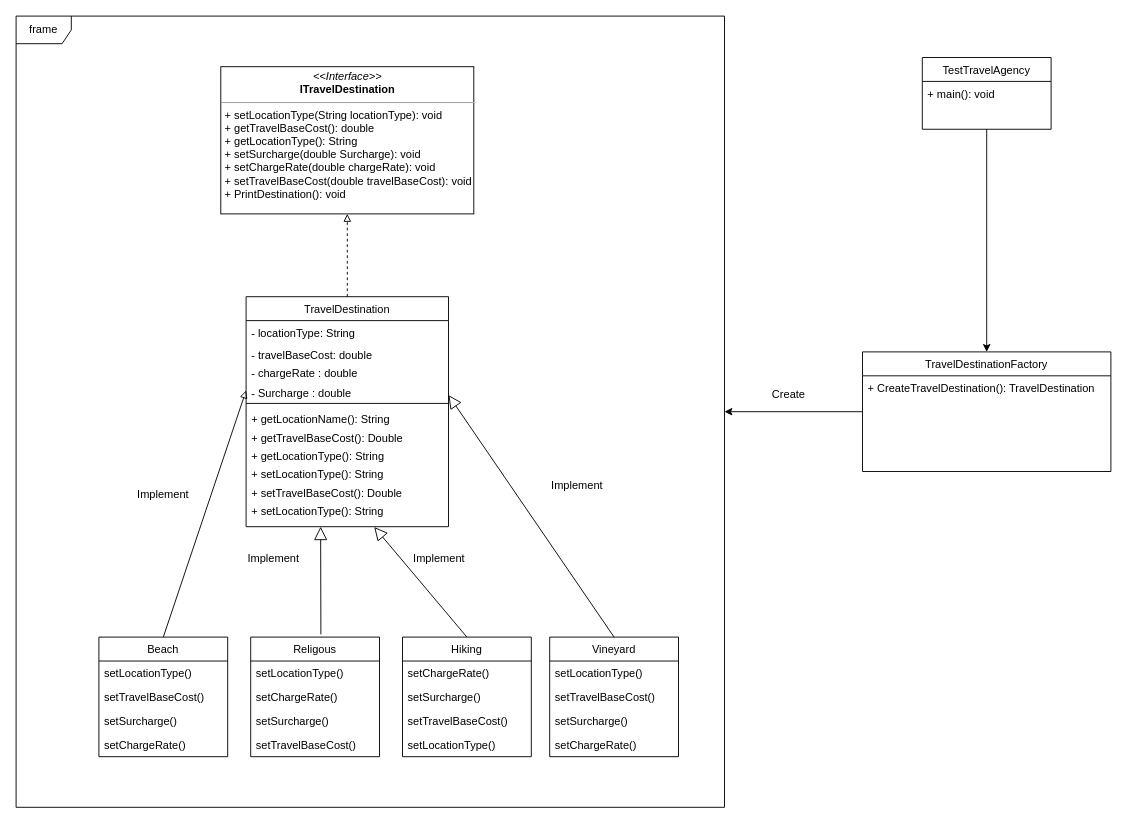
The draw.io diagram Untitled Diagram.drawio in Ceejay1009/CSC4111-GitAssignment, before the edit. Source tidied: cells renumbered, new cells numbered last; positions are measured from the earlier drawing's top-left corner, leaving out a move shared by most shapes. Both pictures are drawn from the tidied source at 92%, with x=0, y=0 at pixel (16, 16).
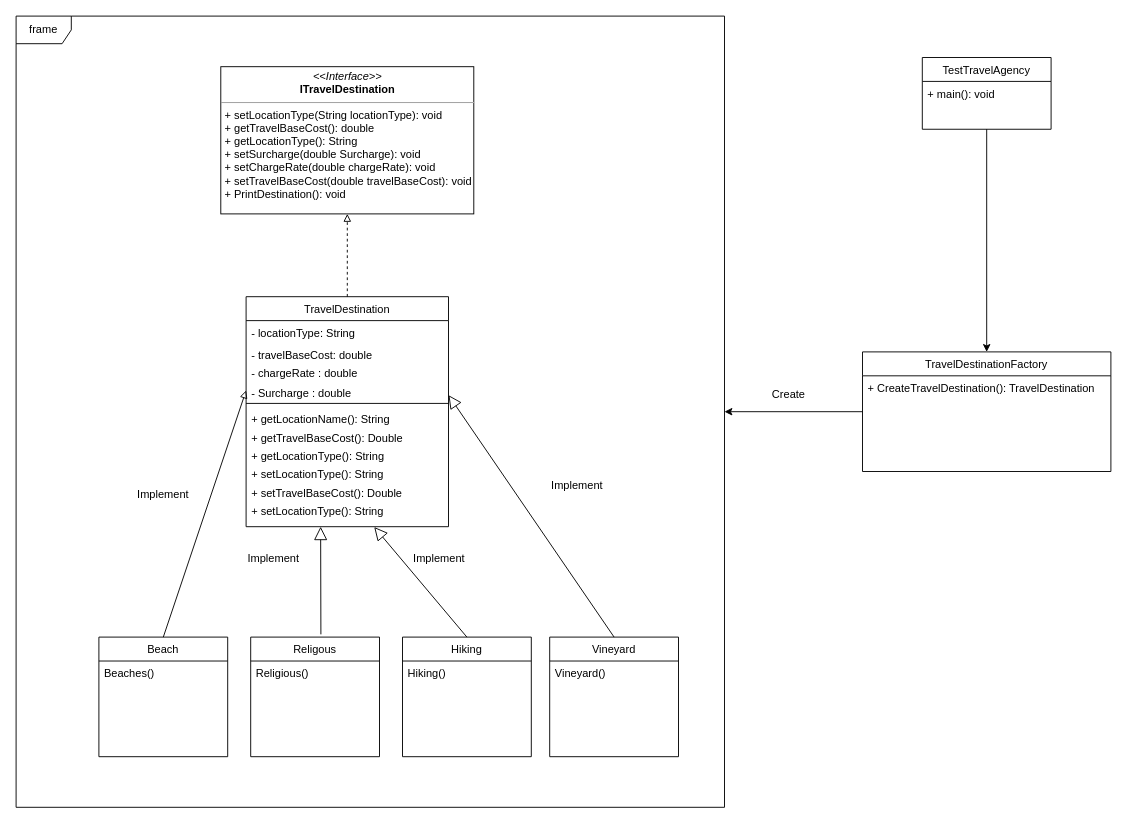
Above is the later version.

Unchanged cells that the change refers to:
```xml
<mxCell id="16" value="Beach" style="swimlane;fontStyle=0;horizontal=1;startSize=26;fillColor=none;" parent="1" vertex="1">
  <mxGeometry x="90" y="675" width="140" height="130" as="geometry" />
</mxCell>
<mxCell id="21" value="Hiking" style="swimlane;fontStyle=0;horizontal=1;startSize=26;fillColor=none;" parent="1" vertex="1">
  <mxGeometry x="420" y="675" width="140" height="130" as="geometry" />
</mxCell>
<mxCell id="26" value="Religous" style="swimlane;fontStyle=0;horizontal=1;startSize=26;fillColor=none;" parent="1" vertex="1">
  <mxGeometry x="255" y="675" width="140" height="130" as="geometry" />
</mxCell>
<mxCell id="31" value="Vineyard" style="swimlane;fontStyle=0;horizontal=1;startSize=26;fillColor=none;" parent="1" vertex="1">
  <mxGeometry x="580" y="675" width="140" height="130" as="geometry" />
</mxCell>
```

What changed in the source:
```diff
@@
-    <mxCell id="17" value="setLocationType()" style="text;strokeColor=none;fillColor=none;align=left;verticalAlign=top;spacingLeft=4;spacingRight=4;overflow=hidden;" parent="16" vertex="1">
+    <mxCell id="17" value="Beaches()" style="text;strokeColor=none;fillColor=none;align=left;verticalAlign=top;spacingLeft=4;spacingRight=4;overflow=hidden;" parent="16" vertex="1">
       <mxGeometry y="26" width="140" height="26" as="geometry" />
     </mxCell>
-    <mxCell id="18" value="setTravelBaseCost()" style="text;strokeColor=none;fillColor=none;align=left;verticalAlign=top;spacingLeft=4;spacingRight=4;overflow=hidden;" parent="16" vertex="1">
+    <mxCell id="18" value=" " style="text;strokeColor=none;fillColor=none;align=left;verticalAlign=top;spacingLeft=4;spacingRight=4;overflow=hidden;" parent="16" vertex="1">
       <mxGeometry y="52" width="140" height="26" as="geometry" />
     </mxCell>
-    <mxCell id="19" value="setSurcharge()" style="text;strokeColor=none;fillColor=none;align=left;verticalAlign=top;spacingLeft=4;spacingRight=4;overflow=hidden;" parent="16" vertex="1">
+    <mxCell id="19" value=" " style="text;strokeColor=none;fillColor=none;align=left;verticalAlign=top;spacingLeft=4;spacingRight=4;overflow=hidden;" parent="16" vertex="1">
       <mxGeometry y="78" width="140" height="26" as="geometry" />
     </mxCell>
-    <mxCell id="20" value="setChargeRate()" style="text;strokeColor=none;fillColor=none;align=left;verticalAlign=top;spacingLeft=4;spacingRight=4;overflow=hidden;" parent="16" vertex="1">
+    <mxCell id="20" value=" " style="text;strokeColor=none;fillColor=none;align=left;verticalAlign=top;spacingLeft=4;spacingRight=4;overflow=hidden;" parent="16" vertex="1">
       <mxGeometry y="104" width="140" height="26" as="geometry" />
     </mxCell>
@@
-    <mxCell id="22" value="setChargeRate()" style="text;strokeColor=none;fillColor=none;align=left;verticalAlign=top;spacingLeft=4;spacingRight=4;overflow=hidden;" parent="21" vertex="1">
+    <mxCell id="22" value="Hiking()" style="text;strokeColor=none;fillColor=none;align=left;verticalAlign=top;spacingLeft=4;spacingRight=4;overflow=hidden;" parent="21" vertex="1">
       <mxGeometry y="26" width="140" height="26" as="geometry" />
     </mxCell>
-    <mxCell id="23" value="setSurcharge()" style="text;strokeColor=none;fillColor=none;align=left;verticalAlign=top;spacingLeft=4;spacingRight=4;overflow=hidden;" parent="21" vertex="1">
+    <mxCell id="23" value=" " style="text;strokeColor=none;fillColor=none;align=left;verticalAlign=top;spacingLeft=4;spacingRight=4;overflow=hidden;" parent="21" vertex="1">
       <mxGeometry y="52" width="140" height="26" as="geometry" />
     </mxCell>
-    <mxCell id="24" value="setTravelBaseCost()" style="text;strokeColor=none;fillColor=none;align=left;verticalAlign=top;spacingLeft=4;spacingRight=4;overflow=hidden;" parent="21" vertex="1">
+    <mxCell id="24" value=" " style="text;strokeColor=none;fillColor=none;align=left;verticalAlign=top;spacingLeft=4;spacingRight=4;overflow=hidden;" parent="21" vertex="1">
       <mxGeometry y="78" width="140" height="26" as="geometry" />
     </mxCell>
-    <mxCell id="25" value="setLocationType()" style="text;strokeColor=none;fillColor=none;align=left;verticalAlign=top;spacingLeft=4;spacingRight=4;overflow=hidden;" parent="21" vertex="1">
+    <mxCell id="25" value=" " style="text;strokeColor=none;fillColor=none;align=left;verticalAlign=top;spacingLeft=4;spacingRight=4;overflow=hidden;" parent="21" vertex="1">
       <mxGeometry y="104" width="140" height="26" as="geometry" />
     </mxCell>
@@
-    <mxCell id="27" value="setLocationType()" style="text;strokeColor=none;fillColor=none;align=left;verticalAlign=top;spacingLeft=4;spacingRight=4;overflow=hidden;" parent="26" vertex="1">
+    <mxCell id="27" value="Religious()" style="text;strokeColor=none;fillColor=none;align=left;verticalAlign=top;spacingLeft=4;spacingRight=4;overflow=hidden;" parent="26" vertex="1">
       <mxGeometry y="26" width="140" height="26" as="geometry" />
     </mxCell>
-    <mxCell id="28" value="setChargeRate()" style="text;strokeColor=none;fillColor=none;align=left;verticalAlign=top;spacingLeft=4;spacingRight=4;overflow=hidden;" parent="26" vertex="1">
+    <mxCell id="28" value=" " style="text;strokeColor=none;fillColor=none;align=left;verticalAlign=top;spacingLeft=4;spacingRight=4;overflow=hidden;" parent="26" vertex="1">
       <mxGeometry y="52" width="140" height="26" as="geometry" />
     </mxCell>
-    <mxCell id="29" value="setSurcharge()" style="text;strokeColor=none;fillColor=none;align=left;verticalAlign=top;spacingLeft=4;spacingRight=4;overflow=hidden;" parent="26" vertex="1">
+    <mxCell id="29" value=" " style="text;strokeColor=none;fillColor=none;align=left;verticalAlign=top;spacingLeft=4;spacingRight=4;overflow=hidden;" parent="26" vertex="1">
       <mxGeometry y="78" width="140" height="26" as="geometry" />
     </mxCell>
-    <mxCell id="30" value="setTravelBaseCost()" style="text;strokeColor=none;fillColor=none;align=left;verticalAlign=top;spacingLeft=4;spacingRight=4;overflow=hidden;" parent="26" vertex="1">
+    <mxCell id="30" value=" " style="text;strokeColor=none;fillColor=none;align=left;verticalAlign=top;spacingLeft=4;spacingRight=4;overflow=hidden;" parent="26" vertex="1">
       <mxGeometry y="104" width="140" height="26" as="geometry" />
     </mxCell>
@@
-    <mxCell id="32" value="setLocationType()" style="text;strokeColor=none;fillColor=none;align=left;verticalAlign=top;spacingLeft=4;spacingRight=4;overflow=hidden;" parent="31" vertex="1">
+    <mxCell id="32" value="Vineyard()" style="text;strokeColor=none;fillColor=none;align=left;verticalAlign=top;spacingLeft=4;spacingRight=4;overflow=hidden;" parent="31" vertex="1">
       <mxGeometry y="26" width="140" height="26" as="geometry" />
     </mxCell>
-    <mxCell id="33" value="setTravelBaseCost()" style="text;strokeColor=none;fillColor=none;align=left;verticalAlign=top;spacingLeft=4;spacingRight=4;overflow=hidden;" parent="31" vertex="1">
+    <mxCell id="33" value=" " style="text;strokeColor=none;fillColor=none;align=left;verticalAlign=top;spacingLeft=4;spacingRight=4;overflow=hidden;" parent="31" vertex="1">
       <mxGeometry y="52" width="140" height="26" as="geometry" />
     </mxCell>
-    <mxCell id="34" value="setSurcharge()" style="text;strokeColor=none;fillColor=none;align=left;verticalAlign=top;spacingLeft=4;spacingRight=4;overflow=hidden;" parent="31" vertex="1">
+    <mxCell id="34" value=" " style="text;strokeColor=none;fillColor=none;align=left;verticalAlign=top;spacingLeft=4;spacingRight=4;overflow=hidden;" parent="31" vertex="1">
       <mxGeometry y="78" width="140" height="26" as="geometry" />
     </mxCell>
-    <mxCell id="35" value="setChargeRate()" style="text;strokeColor=none;fillColor=none;align=left;verticalAlign=top;spacingLeft=4;spacingRight=4;overflow=hidden;" parent="31" vertex="1">
+    <mxCell id="35" value=" " style="text;strokeColor=none;fillColor=none;align=left;verticalAlign=top;spacingLeft=4;spacingRight=4;overflow=hidden;" parent="31" vertex="1">
       <mxGeometry y="104" width="140" height="26" as="geometry" />
     </mxCell>
```
